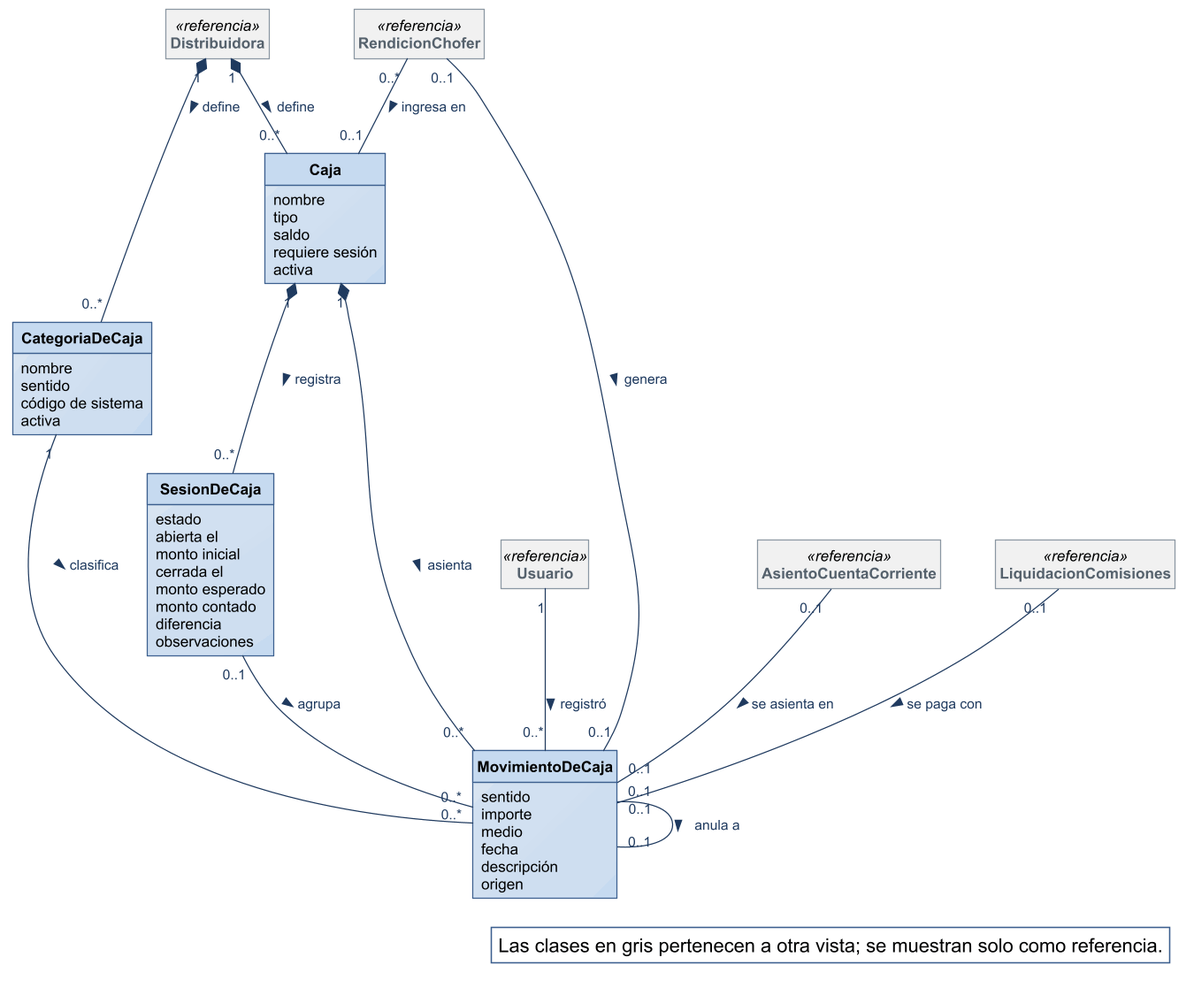
Above: diagramas/modelo-conceptual/MC_Caja.png in Nahuelito-Dev/splg-docs (PlantUML), before the change.
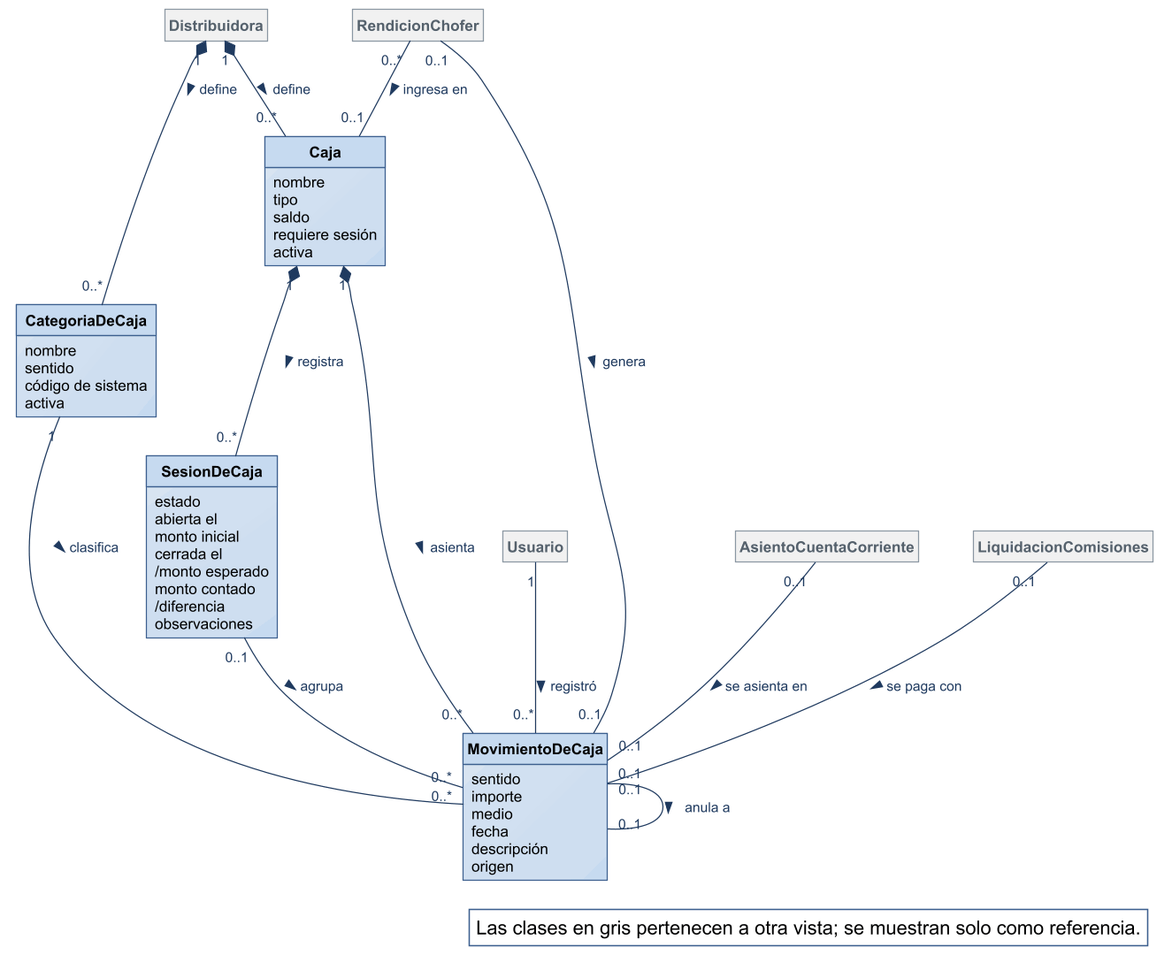
The same diagram one commit later.

Change to the diagram source:
```diff
@@ -2,11 +2,6 @@
 !include ../estilo-vp.iuml
 skinparam nodesep 40
 skinparam ranksep 55
-skinparam class<<referencia>> {
-  BackgroundColor #F1F1F1
-  BorderColor #8A97A3
-  FontColor #55616C
-}
 skinparam packageStyle rectangle
 hide circle
 hide methods
@@ -24,9 +19,9 @@
   abierta el
   monto inicial
   cerrada el
-  monto esperado
+  /monto esperado
   monto contado
-  diferencia
+  /diferencia
   observaciones
 }
 class CategoriaDeCaja {
@@ -43,11 +38,11 @@
   descripción
   origen
 }
-class Distribuidora <<referencia>>
-class Usuario <<referencia>>
-class RendicionChofer <<referencia>>
-class AsientoCuentaCorriente <<referencia>>
-class LiquidacionComisiones <<referencia>>
+class Distribuidora #F1F1F1;line:8A97A3;text:55616C
+class Usuario #F1F1F1;line:8A97A3;text:55616C
+class RendicionChofer #F1F1F1;line:8A97A3;text:55616C
+class AsientoCuentaCorriente #F1F1F1;line:8A97A3;text:55616C
+class LiquidacionComisiones #F1F1F1;line:8A97A3;text:55616C
 
 
 Distribuidora "1" *-- "0..*" Caja : define >
```
